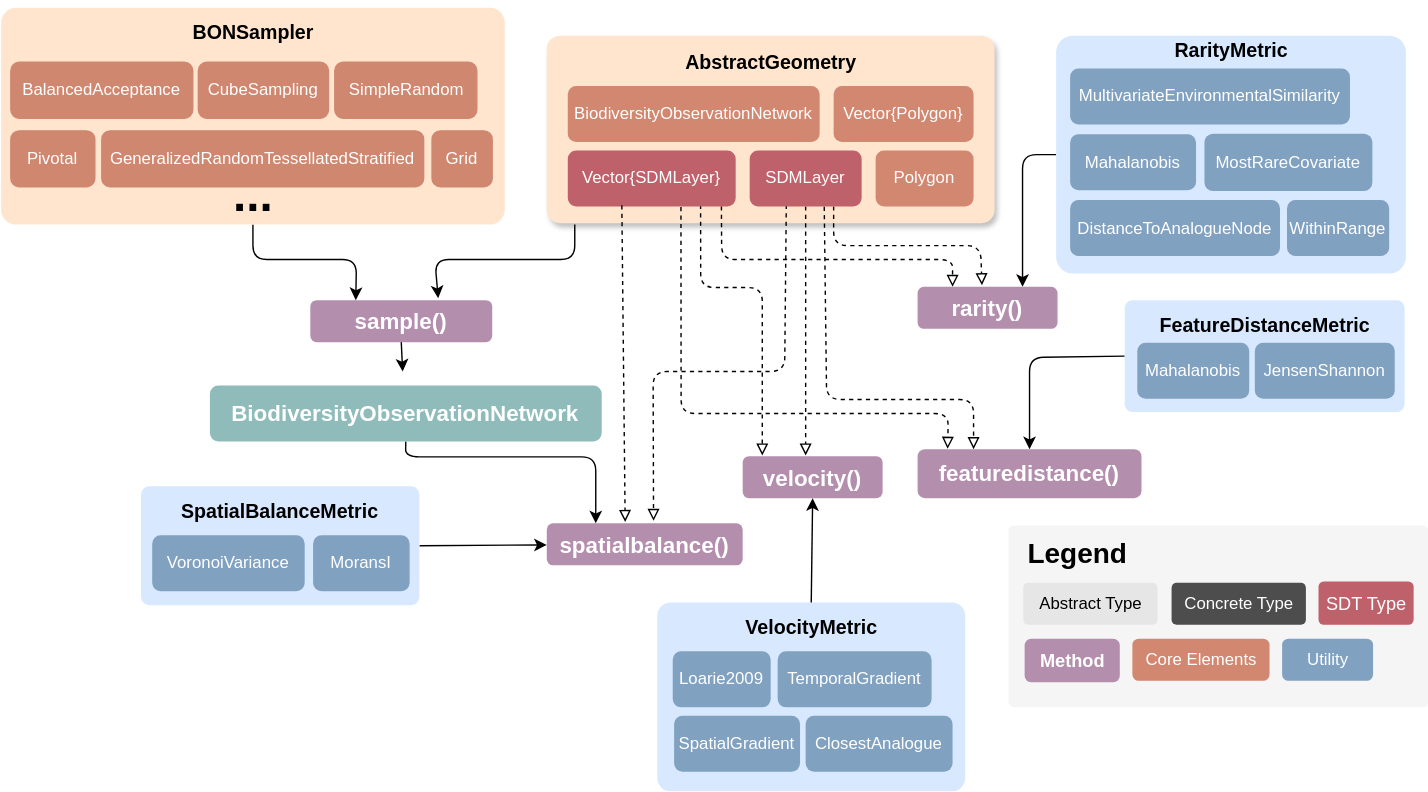
The draw.io diagram docs/src/assets/structure.drawio.svg in PoisotLab/BiodiversityObservationNetworks.jl, before a commit. Source tidied: cells renumbered, new cells last; positions are measured from the earlier drawing's top-left corner, leaving out a move shared by most shapes.
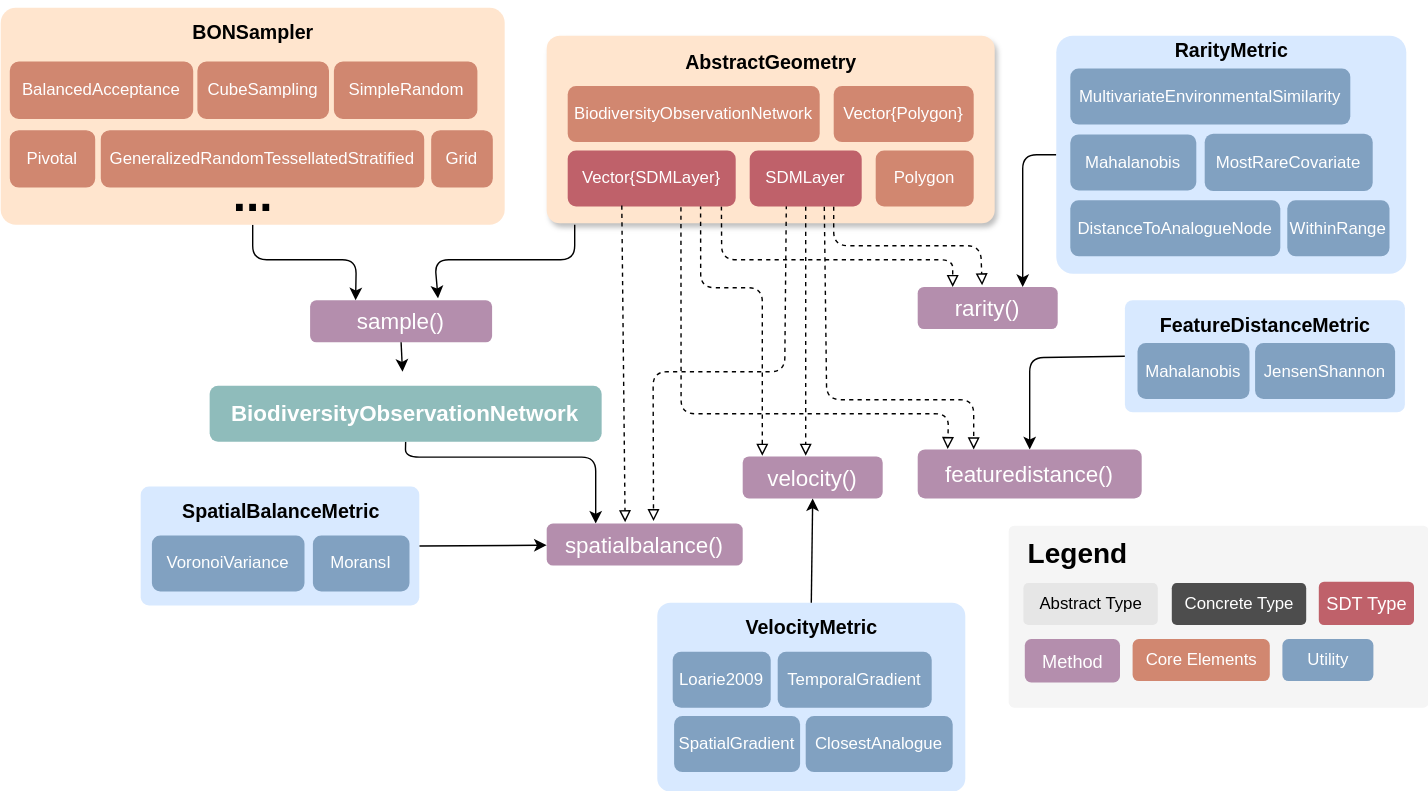
Later version of the same file.

Commit message:
docs: structure diagram needs relative path

Change to the diagram source:
```diff
@@ -26,7 +26,7 @@
     <mxCell id="6" value="&lt;font style=&quot;font-size: 16px; color: rgb(255, 255, 255);&quot;&gt;BiodiversityObservationNetwork&lt;/font&gt;" style="rounded=1;whiteSpace=wrap;html=1;fillColor=#8FBCBB;strokeColor=none;fontColor=#ffffff;fontStyle=1;" parent="1" vertex="1">
       <mxGeometry x="149.2" y="275" width="280" height="40" as="geometry" />
     </mxCell>
-    <mxCell id="7" value="&lt;font style=&quot;font-size: 16px; color: rgb(255, 255, 255);&quot;&gt;sample()&lt;/font&gt;" style="rounded=1;whiteSpace=wrap;html=1;fillColor=#B48EAD;strokeColor=none;fontStyle=1;fontFamily=Helvetica;fontColor=#FFFFFF;" parent="1" vertex="1">
+    <mxCell id="7" value="&lt;font style=&quot;font-size: 16px; color: rgb(255, 255, 255);&quot;&gt;sample()&lt;/font&gt;" style="rounded=1;whiteSpace=wrap;html=1;fillColor=#B48EAD;strokeColor=none;fontStyle=0;fontFamily=Helvetica;fontColor=#FFFFFF;" parent="1" vertex="1">
       <mxGeometry x="221" y="214" width="130" height="30" as="geometry" />
     </mxCell>
     <mxCell id="8" style="edgeStyle=none;html=1;entryX=0.703;entryY=-0.047;entryDx=0;entryDy=0;entryPerimeter=0;" parent="1" edge="1" target="7">
@@ -97,7 +97,7 @@
     <mxCell id="20" value="Vector{Polygon}" style="rounded=1;whiteSpace=wrap;html=1;fillColor=light-dark(#d18770, #718769);strokeColor=none;fontColor=#ffffff;" parent="1" vertex="1">
       <mxGeometry x="595" y="61" width="100" height="40" as="geometry" />
     </mxCell>
-    <mxCell id="21" style="edgeStyle=none;html=1;" parent="1" edge="1" source="x">
+    <mxCell id="21" style="edgeStyle=none;html=1;" parent="1" edge="1">
       <mxGeometry relative="1" as="geometry">
         <mxPoint x="560" y="235" as="targetPoint" />
       </mxGeometry>
@@ -116,13 +116,13 @@
     <mxCell id="24" value="&lt;font style=&quot;font-size: 14px;&quot;&gt;BONSampler&lt;/font&gt;" style="text;strokeColor=none;fillColor=none;html=1;fontSize=24;fontStyle=1;verticalAlign=middle;align=center;" parent="1" vertex="1">
       <mxGeometry x="130" width="100" height="40" as="geometry" />
     </mxCell>
-    <mxCell id="25" value="&lt;font style=&quot;font-size: 16px; color: rgb(255, 255, 255);&quot;&gt;rarity()&lt;/font&gt;" style="rounded=1;whiteSpace=wrap;html=1;fillColor=#B48EAD;strokeColor=none;fontStyle=1;fontFamily=Helvetica;fontColor=#FFFFFF;" parent="1" vertex="1">
+    <mxCell id="25" value="&lt;font style=&quot;font-size: 16px; color: rgb(255, 255, 255);&quot;&gt;rarity()&lt;/font&gt;" style="rounded=1;whiteSpace=wrap;html=1;fillColor=#B48EAD;strokeColor=none;fontStyle=0;fontFamily=Helvetica;fontColor=#FFFFFF;" parent="1" vertex="1">
       <mxGeometry x="655" y="204.5" width="100" height="30" as="geometry" />
     </mxCell>
-    <mxCell id="26" value="&lt;font style=&quot;font-size: 16px; color: rgb(255, 255, 255);&quot;&gt;velocity()&lt;/font&gt;" style="rounded=1;whiteSpace=wrap;html=1;fillColor=#B48EAD;strokeColor=none;fontStyle=1;fontFamily=Helvetica;fontColor=#FFFFFF;" parent="1" vertex="1">
+    <mxCell id="26" value="&lt;font style=&quot;font-size: 16px; color: rgb(255, 255, 255);&quot;&gt;velocity()&lt;/font&gt;" style="rounded=1;whiteSpace=wrap;html=1;fillColor=#B48EAD;strokeColor=none;fontStyle=0;fontFamily=Helvetica;fontColor=#FFFFFF;" parent="1" vertex="1">
       <mxGeometry x="530" y="325.5" width="100" height="30" as="geometry" />
     </mxCell>
-    <mxCell id="27" value="&lt;font style=&quot;font-size: 16px; color: rgb(255, 255, 255);&quot;&gt;spatialbalance()&lt;/font&gt;" style="rounded=1;whiteSpace=wrap;html=1;fillColor=#B48EAD;strokeColor=none;fontStyle=1;fontFamily=Helvetica;fontColor=#FFFFFF;" parent="1" vertex="1">
+    <mxCell id="27" value="&lt;font style=&quot;font-size: 16px; color: rgb(255, 255, 255);&quot;&gt;spatialbalance()&lt;/font&gt;" style="rounded=1;whiteSpace=wrap;html=1;fillColor=#B48EAD;strokeColor=none;fontStyle=0;fontFamily=Helvetica;fontColor=#FFFFFF;" parent="1" vertex="1">
       <mxGeometry x="390" y="373.5" width="140" height="30" as="geometry" />
     </mxCell>
     <mxCell id="28" value="BalancedAcceptance" style="rounded=1;whiteSpace=wrap;html=1;fillColor=#D08770;strokeColor=#D08770;fontColor=#ffffff;" parent="1" vertex="1">
@@ -222,7 +222,7 @@
     <mxCell id="58" value="Mahalanobis" style="rounded=1;whiteSpace=wrap;html=1;fillColor=light-dark(#81a1c1, #718769);strokeColor=none;fontColor=#ffffff;" parent="1" vertex="1">
       <mxGeometry x="764" y="95.5" width="90" height="40" as="geometry" />
     </mxCell>
-    <mxCell id="59" value="&lt;font style=&quot;font-size: 16px; color: rgb(255, 255, 255);&quot;&gt;featuredistance()&lt;/font&gt;" style="rounded=1;whiteSpace=wrap;html=1;fillColor=#B48EAD;strokeColor=none;fontStyle=1;fontFamily=Helvetica;fontColor=#FFFFFF;" parent="1" vertex="1">
+    <mxCell id="59" value="&lt;font style=&quot;font-size: 16px; color: rgb(255, 255, 255);&quot;&gt;featuredistance()&lt;/font&gt;" style="rounded=1;whiteSpace=wrap;html=1;fillColor=#B48EAD;strokeColor=none;fontStyle=0;fontFamily=Helvetica;fontColor=#FFFFFF;" parent="1" vertex="1">
       <mxGeometry x="655" y="320.5" width="160" height="35" as="geometry" />
     </mxCell>
     <mxCell id="60" style="edgeStyle=none;html=1;exitX=0.322;exitY=0.981;exitDx=0;exitDy=0;entryX=0.393;entryY=-0.033;entryDx=0;entryDy=0;entryPerimeter=0;endArrow=block;endFill=0;dashed=1;exitPerimeter=0;" parent="1" edge="1" source="19">
@@ -252,7 +252,7 @@
     <mxCell id="64" value="&lt;font style=&quot;color: rgb(255, 255, 255);&quot;&gt;Concrete Type&lt;/font&gt;" style="rounded=1;whiteSpace=wrap;html=1;arcSize=12;fillColor=#4D4D4D;strokeColor=none;fontColor=#000000;glass=0;" parent="1" vertex="1">
       <mxGeometry x="836.5" y="416" width="96" height="30" as="geometry" />
     </mxCell>
-    <mxCell id="65" value="&lt;font style=&quot;font-size: 13px; color: rgb(255, 255, 255);&quot;&gt;Method&lt;/font&gt;" style="rounded=1;whiteSpace=wrap;html=1;fillColor=light-dark(#b48ead, #103c3f);strokeColor=none;fontStyle=1;fontFamily=Helvetica;" parent="1" vertex="1">
+    <mxCell id="65" value="&lt;font style=&quot;font-size: 13px; color: rgb(255, 255, 255);&quot;&gt;Method&lt;/font&gt;" style="rounded=1;whiteSpace=wrap;html=1;fillColor=light-dark(#b48ead, #103c3f);strokeColor=none;fontStyle=0;fontFamily=Helvetica;" parent="1" vertex="1">
       <mxGeometry x="731.5" y="456" width="68" height="31" as="geometry" />
     </mxCell>
     <mxCell id="66" value="&lt;span style=&quot;font-size: 13px;&quot;&gt;&lt;font style=&quot;color: rgb(255, 255, 255);&quot; face=&quot;Helvetica&quot;&gt;SDT Type&lt;/font&gt;&lt;/span&gt;" style="rounded=1;whiteSpace=wrap;html=1;fillColor=#BF616A;strokeColor=none;fontStyle=0;fontFamily=Iosevka;fontColor=#ffffff;glass=0;arcSize=12;" parent="1" vertex="1">
```
